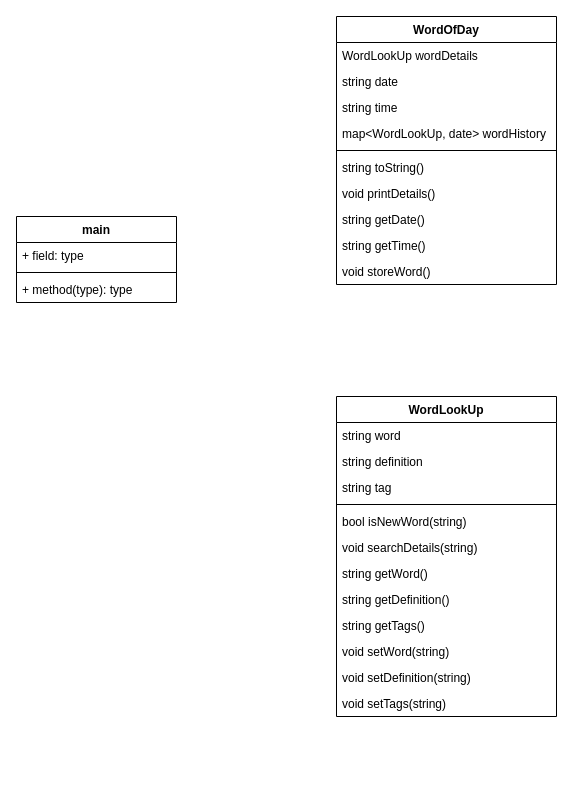
Above: UMLwordday.drawio in bobdidley/Word-of-the-Day (draw.io), before the change. Source tidied: cells renumbered, new cells numbered last; positions are measured from the earlier drawing's top-left corner, leaving out a move shared by most shapes. Both pictures are drawn from the tidied source at 100%, with x=0, y=0 at pixel (16, 16).
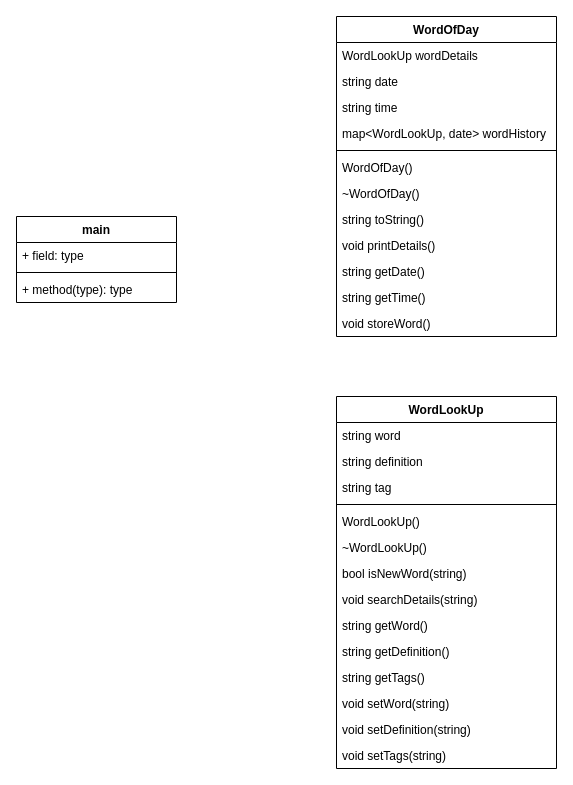
The same diagram, later.

Diff of the diagram source:
```diff
@@
     <mxCell id="6" value="WordOfDay" style="swimlane;fontStyle=1;align=center;verticalAlign=top;horizontal=1;startSize=26;" parent="1" vertex="1">
-      <mxGeometry x="320" width="220" height="268" as="geometry" />
+      <mxGeometry x="320" width="220" height="320" as="geometry" />
     </mxCell>
@@
+    <mxCell id="30" value="WordOfDay()" style="text;strokeColor=none;fillColor=none;align=left;verticalAlign=top;spacingLeft=4;spacingRight=4;overflow=hidden;" parent="6" vertex="1">
+      <mxGeometry y="138" width="220" height="26" as="geometry" />
+    </mxCell>
+    <mxCell id="31" value="~WordOfDay()" style="text;strokeColor=none;fillColor=none;align=left;verticalAlign=top;spacingLeft=4;spacingRight=4;overflow=hidden;" parent="6" vertex="1">
+      <mxGeometry y="164" width="220" height="26" as="geometry" />
+    </mxCell>
     <mxCell id="12" value="string toString()" style="text;strokeColor=none;fillColor=none;align=left;verticalAlign=top;spacingLeft=4;spacingRight=4;overflow=hidden;" parent="6" vertex="1">
-      <mxGeometry y="138" width="220" height="26" as="geometry" />
+      <mxGeometry y="190" width="220" height="26" as="geometry" />
     </mxCell>
     <mxCell id="13" value="void printDetails()" style="text;strokeColor=none;fillColor=none;align=left;verticalAlign=top;spacingLeft=4;spacingRight=4;overflow=hidden;" parent="6" vertex="1">
-      <mxGeometry y="164" width="220" height="26" as="geometry" />
+      <mxGeometry y="216" width="220" height="26" as="geometry" />
     </mxCell>
     <mxCell id="14" value="string getDate()" style="text;strokeColor=none;fillColor=none;align=left;verticalAlign=top;spacingLeft=4;spacingRight=4;overflow=hidden;" parent="6" vertex="1">
-      <mxGeometry y="190" width="220" height="26" as="geometry" />
+      <mxGeometry y="242" width="220" height="26" as="geometry" />
     </mxCell>
     <mxCell id="15" value="string getTime()" style="text;strokeColor=none;fillColor=none;align=left;verticalAlign=top;spacingLeft=4;spacingRight=4;overflow=hidden;" parent="6" vertex="1">
-      <mxGeometry y="216" width="220" height="26" as="geometry" />
+      <mxGeometry y="268" width="220" height="26" as="geometry" />
     </mxCell>
     <mxCell id="16" value="void storeWord()" style="text;strokeColor=none;fillColor=none;align=left;verticalAlign=top;spacingLeft=4;spacingRight=4;overflow=hidden;" parent="6" vertex="1">
-      <mxGeometry y="242" width="220" height="26" as="geometry" />
+      <mxGeometry y="294" width="220" height="26" as="geometry" />
     </mxCell>
     <mxCell id="17" value="WordLookUp" style="swimlane;fontStyle=1;align=center;verticalAlign=top;horizontal=1;startSize=26;" parent="1" vertex="1">
-      <mxGeometry x="320" y="380" width="220" height="320" as="geometry" />
+      <mxGeometry x="320" y="380" width="220" height="372" as="geometry" />
     </mxCell>
@@
+    <mxCell id="32" value="WordLookUp()" style="text;strokeColor=none;fillColor=none;align=left;verticalAlign=top;spacingLeft=4;spacingRight=4;overflow=hidden;" parent="17" vertex="1">
+      <mxGeometry y="112" width="220" height="26" as="geometry" />
+    </mxCell>
-    <mxCell id="22" value="bool isNewWord(string)" style="text;strokeColor=none;fillColor=none;align=left;verticalAlign=top;spacingLeft=4;spacingRight=4;overflow=hidden;" parent="17" vertex="1">
-      <mxGeometry y="112" width="220" height="26" as="geometry" />
+    <mxCell id="22" value="~WordLookUp()" style="text;strokeColor=none;fillColor=none;align=left;verticalAlign=top;spacingLeft=4;spacingRight=4;overflow=hidden;" parent="17" vertex="1">
+      <mxGeometry y="138" width="220" height="26" as="geometry" />
     </mxCell>
+    <mxCell id="33" value="bool isNewWord(string)" style="text;strokeColor=none;fillColor=none;align=left;verticalAlign=top;spacingLeft=4;spacingRight=4;overflow=hidden;" parent="17" vertex="1">
+      <mxGeometry y="164" width="220" height="26" as="geometry" />
+    </mxCell>
     <mxCell id="23" value="void searchDetails(string)" style="text;strokeColor=none;fillColor=none;align=left;verticalAlign=top;spacingLeft=4;spacingRight=4;overflow=hidden;" parent="17" vertex="1">
-      <mxGeometry y="138" width="220" height="26" as="geometry" />
+      <mxGeometry y="190" width="220" height="26" as="geometry" />
     </mxCell>
     <mxCell id="24" value="string getWord()" style="text;strokeColor=none;fillColor=none;align=left;verticalAlign=top;spacingLeft=4;spacingRight=4;overflow=hidden;" parent="17" vertex="1">
-      <mxGeometry y="164" width="220" height="26" as="geometry" />
+      <mxGeometry y="216" width="220" height="26" as="geometry" />
     </mxCell>
     <mxCell id="25" value="string getDefinition()" style="text;strokeColor=none;fillColor=none;align=left;verticalAlign=top;spacingLeft=4;spacingRight=4;overflow=hidden;" parent="17" vertex="1">
-      <mxGeometry y="190" width="220" height="26" as="geometry" />
+      <mxGeometry y="242" width="220" height="26" as="geometry" />
     </mxCell>
     <mxCell id="26" value="string getTags()" style="text;strokeColor=none;fillColor=none;align=left;verticalAlign=top;spacingLeft=4;spacingRight=4;overflow=hidden;" parent="17" vertex="1">
-      <mxGeometry y="216" width="220" height="26" as="geometry" />
+      <mxGeometry y="268" width="220" height="26" as="geometry" />
     </mxCell>
     <mxCell id="27" value="void setWord(string)" style="text;strokeColor=none;fillColor=none;align=left;verticalAlign=top;spacingLeft=4;spacingRight=4;overflow=hidden;" parent="17" vertex="1">
-      <mxGeometry y="242" width="220" height="26" as="geometry" />
+      <mxGeometry y="294" width="220" height="26" as="geometry" />
     </mxCell>
     <mxCell id="28" value="void setDefinition(string)" style="text;strokeColor=none;fillColor=none;align=left;verticalAlign=top;spacingLeft=4;spacingRight=4;overflow=hidden;" parent="17" vertex="1">
-      <mxGeometry y="268" width="220" height="26" as="geometry" />
+      <mxGeometry y="320" width="220" height="26" as="geometry" />
     </mxCell>
     <mxCell id="29" value="void setTags(string)" style="text;strokeColor=none;fillColor=none;align=left;verticalAlign=top;spacingLeft=4;spacingRight=4;overflow=hidden;" parent="17" vertex="1">
-      <mxGeometry y="294" width="220" height="26" as="geometry" />
+      <mxGeometry y="346" width="220" height="26" as="geometry" />
     </mxCell>
```
